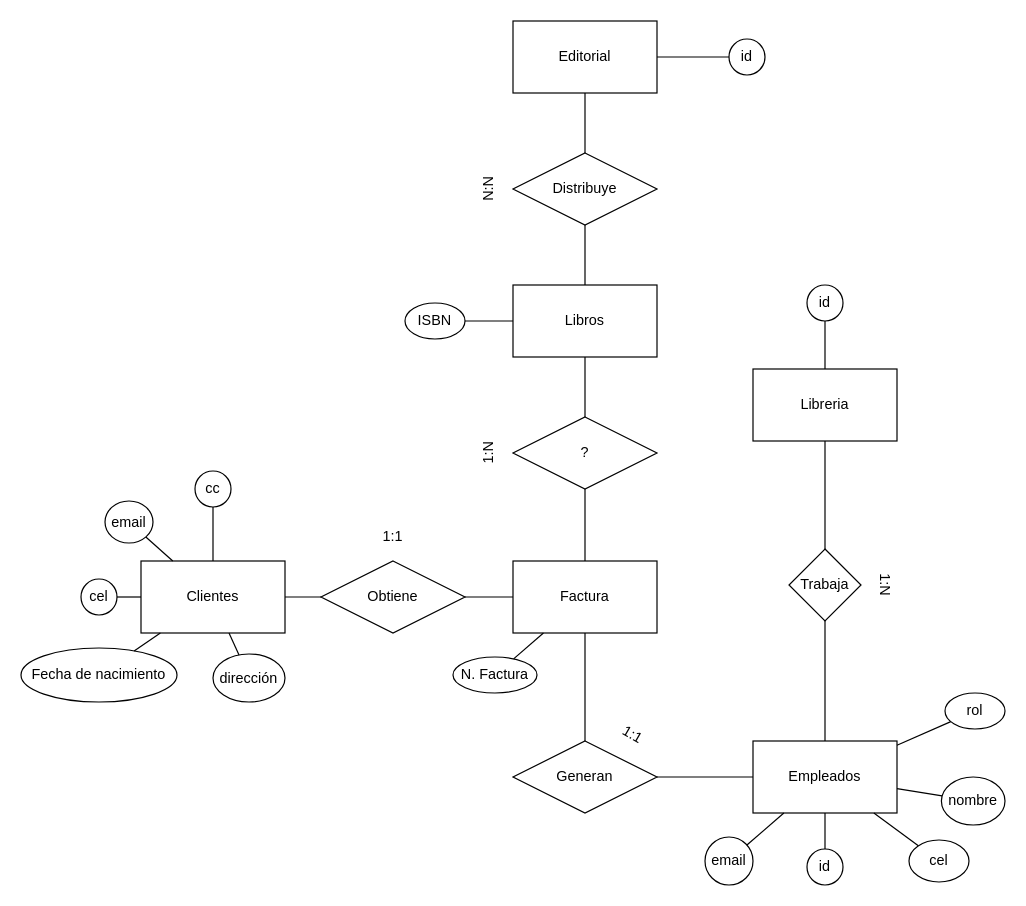
Earlier version of the draw.io diagram diagrama-libreria.drawio (juangduque/bit-classes-2023). Source tidied: cells renumbered, new cells numbered last; positions are measured from the earlier drawing's top-left corner, leaving out a move shared by most shapes. Both pictures are drawn from the tidied source at 120%, with x=0, y=0 at pixel (20, 20).
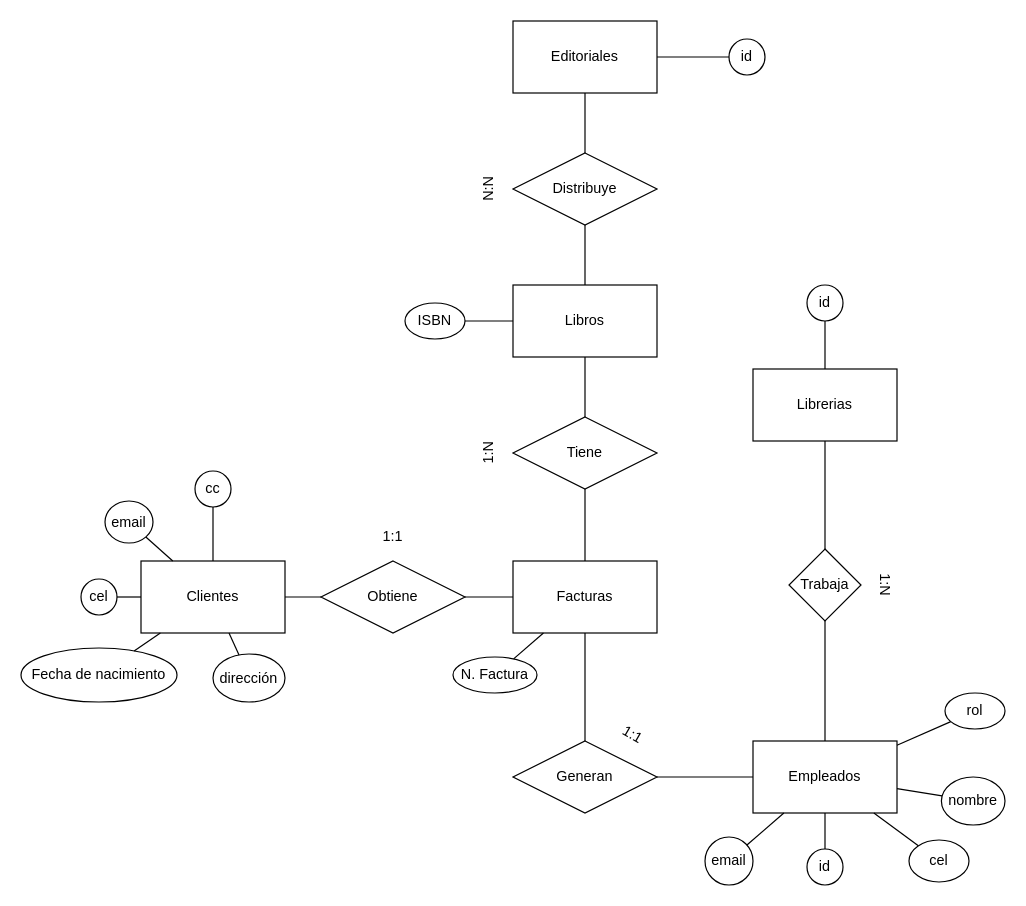
After the change.

Diff of the diagram source:
```diff
@@
-    <mxCell id="4" value="Libreria" style="rounded=0;whiteSpace=wrap;html=1;" parent="1" vertex="1">
+    <mxCell id="4" value="Librerias" style="rounded=0;whiteSpace=wrap;html=1;" parent="1" vertex="1">
       <mxGeometry x="610" y="290" width="120" height="60" as="geometry" />
     </mxCell>
@@
-    <mxCell id="6" value="Editorial" style="rounded=0;whiteSpace=wrap;html=1;" parent="1" vertex="1">
+    <mxCell id="6" value="Editoriales" style="rounded=0;whiteSpace=wrap;html=1;" parent="1" vertex="1">
       <mxGeometry x="410" width="120" height="60" as="geometry" />
     </mxCell>
@@
-    <mxCell id="20" value="Factura" style="rounded=0;whiteSpace=wrap;html=1;" parent="1" vertex="1">
+    <mxCell id="20" value="Facturas" style="rounded=0;whiteSpace=wrap;html=1;" parent="1" vertex="1">
       <mxGeometry x="410" y="450" width="120" height="60" as="geometry" />
     </mxCell>
@@
-    <mxCell id="22" value="?" style="shape=rhombus;perimeter=rhombusPerimeter;whiteSpace=wrap;html=1;align=center;" parent="1" vertex="1">
+    <mxCell id="22" value="Tiene" style="shape=rhombus;perimeter=rhombusPerimeter;whiteSpace=wrap;html=1;align=center;" parent="1" vertex="1">
       <mxGeometry x="410" y="330" width="120" height="60" as="geometry" />
     </mxCell>
```
